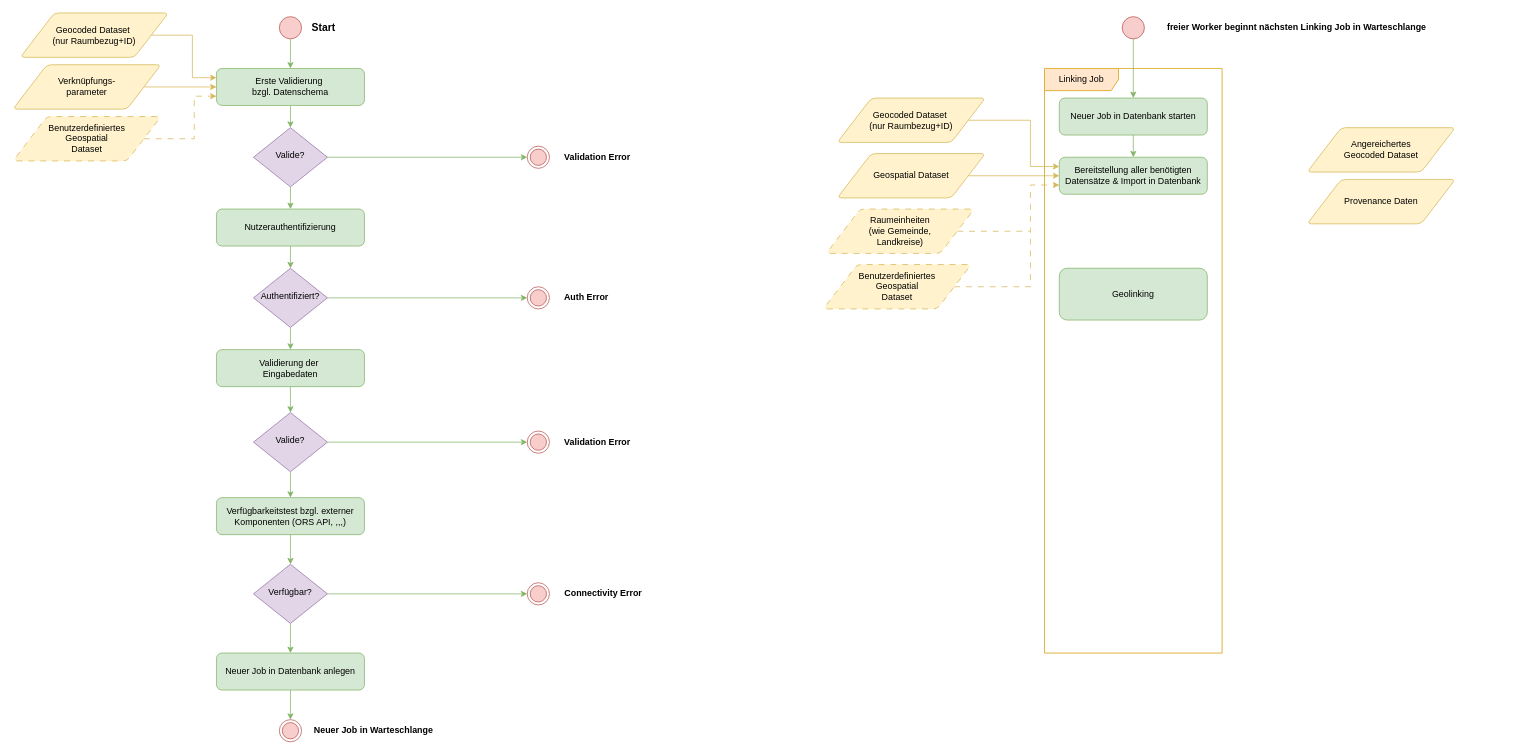
The draw.io diagram sora/sora-geolinking-flowchart_002.drawio in traveller195/draw_io, before the edit. Source tidied: cells renumbered, new cells numbered last; positions are measured from the earlier drawing's top-left corner, leaving out a move shared by most shapes. Both pictures are drawn from the tidied source at 74%, with x=0, y=0 at pixel (13, 13).
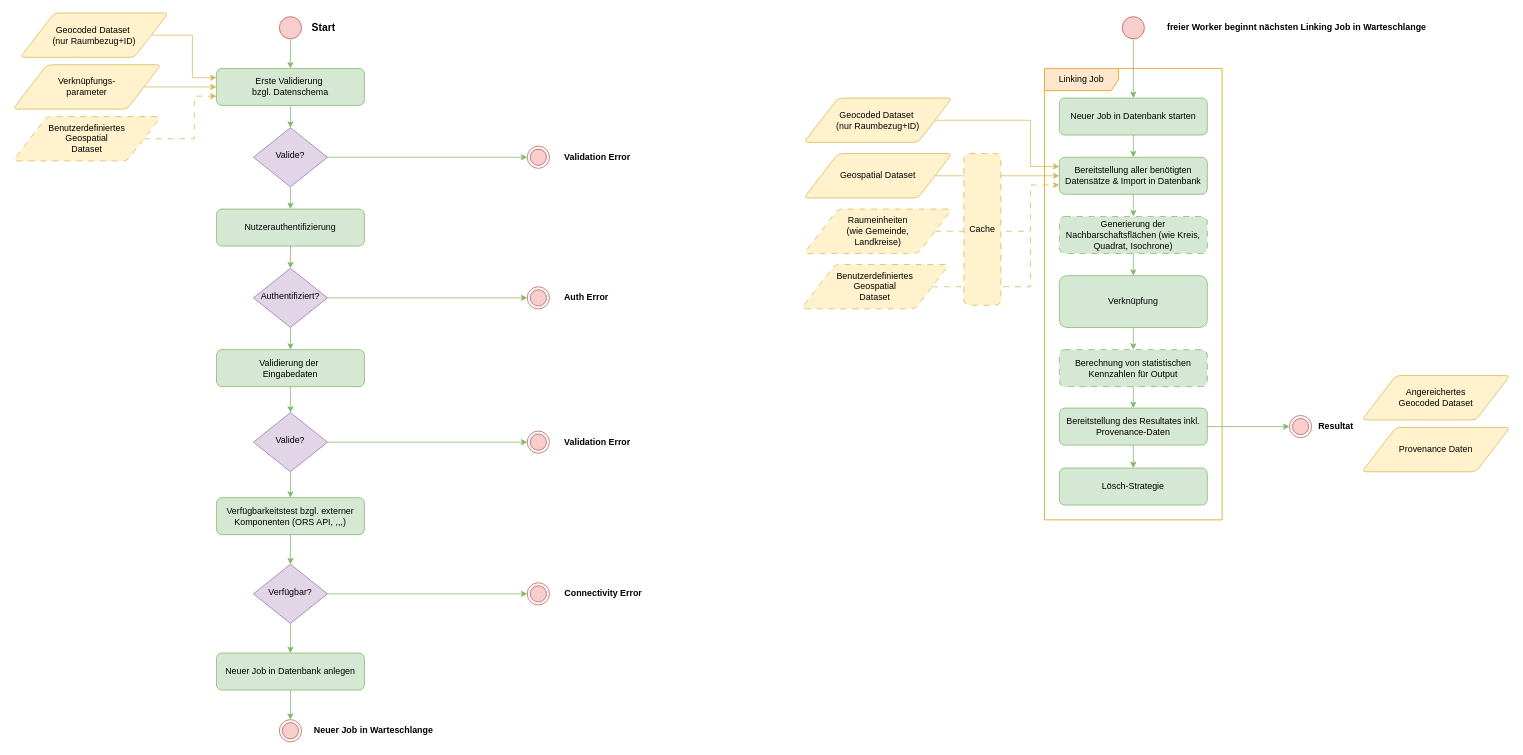
Above is the later version.

Unchanged cells that the change refers to:
```xml
<mxCell id="37" value="Bereitstellung aller benötigten Datensätze &amp;amp; Import in Datenbank" style="rounded=1;whiteSpace=wrap;html=1;fontSize=12;glass=0;strokeWidth=1;shadow=0;fillColor=#d5e8d4;strokeColor=#82b366;" parent="34" vertex="1">
  <mxGeometry x="20" y="120" width="200" height="50" as="geometry" />
</mxCell>
```

What changed in the source:
```diff
@@
     <mxCell id="34" value="Linking Job" style="shape=umlFrame;whiteSpace=wrap;html=1;width=100;height=30;fillColor=#ffe6cc;strokeColor=#d79b00;" parent="1" vertex="1">
-      <mxGeometry x="1394" y="75" width="240" height="790" as="geometry" />
+      <mxGeometry x="1394" y="75" width="240" height="610" as="geometry" />
     </mxCell>
@@
+    <mxCell id="61" style="edgeStyle=orthogonalEdgeStyle;rounded=0;jettySize=auto;html=1;exitX=0.5;exitY=1;exitDx=0;exitDy=0;entryX=0.5;entryY=0;entryDx=0;entryDy=0;fillColor=#d5e8d4;strokeColor=#82b366;" parent="34" edge="1" source="37" target="64">
+      <mxGeometry relative="1" as="geometry" />
+    </mxCell>
@@
+    <mxCell id="62" style="edgeStyle=orthogonalEdgeStyle;rounded=0;jettySize=auto;html=1;exitX=0.5;exitY=1;exitDx=0;exitDy=0;entryX=0.5;entryY=0;entryDx=0;entryDy=0;fillColor=#d5e8d4;strokeColor=#82b366;" parent="34" edge="1" source="38" target="66">
+      <mxGeometry relative="1" as="geometry" />
+    </mxCell>
-    <mxCell id="38" value="Geolinking" style="rounded=1;whiteSpace=wrap;html=1;fontSize=12;glass=0;strokeWidth=1;shadow=0;fillColor=#d5e8d4;strokeColor=#82b366;" parent="34" vertex="1">
-      <mxGeometry x="20" y="270" width="200" height="70" as="geometry" />
+    <mxCell id="38" value="Verknüpfung " style="rounded=1;whiteSpace=wrap;html=1;fontSize=12;glass=0;strokeWidth=1;shadow=0;fillColor=#d5e8d4;strokeColor=#82b366;" parent="34" vertex="1">
+      <mxGeometry x="20" y="280" width="200" height="70" as="geometry" />
     </mxCell>
+    <mxCell id="63" style="edgeStyle=orthogonalEdgeStyle;rounded=0;jettySize=auto;html=1;exitX=0.5;exitY=1;exitDx=0;exitDy=0;entryX=0.5;entryY=0;entryDx=0;entryDy=0;fillColor=#d5e8d4;strokeColor=#82b366;" parent="34" edge="1" source="64" target="38">
+      <mxGeometry relative="1" as="geometry" />
+    </mxCell>
+    <mxCell id="64" value="Generierung der Nachbarschaftsflächen (wie Kreis, Quadrat, Isochrone)" style="rounded=1;whiteSpace=wrap;html=1;fontSize=12;glass=0;strokeWidth=1;shadow=0;fillColor=#d5e8d4;strokeColor=#82b366;dashed=1;dashPattern=8 8;" parent="34" vertex="1">
+      <mxGeometry x="20" y="200" width="200" height="50" as="geometry" />
+    </mxCell>
+    <mxCell id="65" style="edgeStyle=orthogonalEdgeStyle;rounded=0;jettySize=auto;html=1;exitX=0.5;exitY=1;exitDx=0;exitDy=0;entryX=0.5;entryY=0;entryDx=0;entryDy=0;fillColor=#d5e8d4;strokeColor=#82b366;" parent="34" edge="1" source="66" target="68">
+      <mxGeometry relative="1" as="geometry" />
+    </mxCell>
+    <mxCell id="66" value="Berechnung von statistischen Kennzahlen für Output" style="rounded=1;whiteSpace=wrap;html=1;fontSize=12;glass=0;strokeWidth=1;shadow=0;fillColor=#d5e8d4;strokeColor=#82b366;dashed=1;dashPattern=8 8;" parent="34" vertex="1">
+      <mxGeometry x="20" y="380" width="200" height="50" as="geometry" />
+    </mxCell>
+    <mxCell id="67" style="edgeStyle=orthogonalEdgeStyle;rounded=0;jettySize=auto;html=1;exitX=0.5;exitY=1;exitDx=0;exitDy=0;entryX=0.5;entryY=0;entryDx=0;entryDy=0;fillColor=#d5e8d4;strokeColor=#82b366;" parent="34" edge="1" source="68" target="69">
+      <mxGeometry relative="1" as="geometry" />
+    </mxCell>
+    <mxCell id="68" value="Bereitstellung des Resultates inkl. Provenance-Daten" style="rounded=1;whiteSpace=wrap;html=1;fontSize=12;glass=0;strokeWidth=1;shadow=0;fillColor=#d5e8d4;strokeColor=#82b366;" parent="34" vertex="1">
+      <mxGeometry x="20" y="459" width="200" height="50" as="geometry" />
+    </mxCell>
+    <mxCell id="69" value="Lösch-Strategie" style="rounded=1;whiteSpace=wrap;html=1;fontSize=12;glass=0;strokeWidth=1;shadow=0;fillColor=#d5e8d4;strokeColor=#82b366;" parent="34" vertex="1">
+      <mxGeometry x="20" y="540" width="200" height="50" as="geometry" />
+    </mxCell>
@@
     <mxCell id="40" value="Geospatial Dataset" style="shape=parallelogram;html=1;strokeWidth=1;perimeter=parallelogramPerimeter;whiteSpace=wrap;rounded=1;arcSize=12;size=0.23;fillColor=#fff2cc;strokeColor=#d6b656;" parent="1" vertex="1">
-      <mxGeometry x="1114" y="190" width="200" height="60" as="geometry" />
+      <mxGeometry x="1069" y="190" width="200" height="60" as="geometry" />
     </mxCell>
@@
     <mxCell id="42" value="Raumeinheiten&lt;br&gt;(wie Gemeinde, &lt;br&gt;Landkreise)" style="shape=parallelogram;html=1;strokeWidth=1;perimeter=parallelogramPerimeter;whiteSpace=wrap;rounded=1;arcSize=12;size=0.23;dashed=1;dashPattern=8 8;fillColor=#fff2cc;strokeColor=#d6b656;" parent="1" vertex="1">
-      <mxGeometry x="1099" y="265" width="200" height="60" as="geometry" />
+      <mxGeometry x="1069" y="265" width="200" height="60" as="geometry" />
     </mxCell>
     <mxCell id="43" value="Angereichertes&lt;br&gt;Geocoded Dataset" style="shape=parallelogram;html=1;strokeWidth=1;perimeter=parallelogramPerimeter;whiteSpace=wrap;rounded=1;arcSize=12;size=0.23;fillColor=#fff2cc;strokeColor=#d6b656;" parent="1" vertex="1">
-      <mxGeometry x="1749" y="155" width="200" height="60" as="geometry" />
+      <mxGeometry x="1823" y="490" width="200" height="60" as="geometry" />
     </mxCell>
     <mxCell id="44" value="Provenance Daten" style="shape=parallelogram;html=1;strokeWidth=1;perimeter=parallelogramPerimeter;whiteSpace=wrap;rounded=1;arcSize=12;size=0.23;fillColor=#fff2cc;strokeColor=#d6b656;" parent="1" vertex="1">
-      <mxGeometry x="1749" y="225" width="200" height="60" as="geometry" />
+      <mxGeometry x="1823" y="560" width="200" height="60" as="geometry" />
     </mxCell>
@@
     <mxCell id="58" value="&lt;div&gt;Geocoded Dataset&amp;nbsp;&lt;/div&gt;&lt;div&gt;(nur Raumbezug+ID)&lt;/div&gt;" style="shape=parallelogram;html=1;strokeWidth=1;perimeter=parallelogramPerimeter;whiteSpace=wrap;rounded=1;arcSize=12;size=0.23;fillColor=#fff2cc;strokeColor=#d6b656;" parent="1" vertex="1">
-      <mxGeometry x="1114" y="115" width="200" height="60" as="geometry" />
+      <mxGeometry x="1069" y="115" width="200" height="60" as="geometry" />
     </mxCell>
@@
     <mxCell id="60" value="Benutzerdefiniertes&lt;br&gt;Geospatial&lt;br&gt;Dataset" style="shape=parallelogram;html=1;strokeWidth=1;perimeter=parallelogramPerimeter;whiteSpace=wrap;rounded=1;arcSize=12;size=0.23;dashed=1;dashPattern=8 8;fillColor=#fff2cc;strokeColor=#d6b656;" parent="1" vertex="1">
-      <mxGeometry x="1095" y="340" width="200" height="60" as="geometry" />
+      <mxGeometry x="1065" y="340" width="200" height="60" as="geometry" />
     </mxCell>
+    <mxCell id="70" value="Cache" style="rounded=1;whiteSpace=wrap;html=1;fillColor=#fff2cc;strokeColor=#d6b656;dashed=1;dashPattern=8 8;" parent="1" vertex="1">
+      <mxGeometry x="1285" y="190" width="50" height="205" as="geometry" />
+    </mxCell>
+    <mxCell id="71" style="ellipse;html=1;shape=endState;fillColor=#f8cecc;strokeColor=#b85450;" parent="1" vertex="1">
+      <mxGeometry x="1725" y="544" width="30" height="30" as="geometry" />
+    </mxCell>
+    <mxCell id="72" value="Resultat" style="text;html=1;align=center;verticalAlign=middle;whiteSpace=wrap;rounded=0;fontStyle=1;" parent="1" vertex="1">
+      <mxGeometry x="1755" y="544" width="66" height="30" as="geometry" />
+    </mxCell>
+    <mxCell id="73" style="edgeStyle=orthogonalEdgeStyle;rounded=0;jettySize=auto;html=1;exitX=1;exitY=0.5;exitDx=0;exitDy=0;entryX=0;entryY=0.5;entryDx=0;entryDy=0;fillColor=#d5e8d4;strokeColor=#82b366;" parent="1" edge="1" source="68" target="71">
+      <mxGeometry relative="1" as="geometry" />
+    </mxCell>
```
